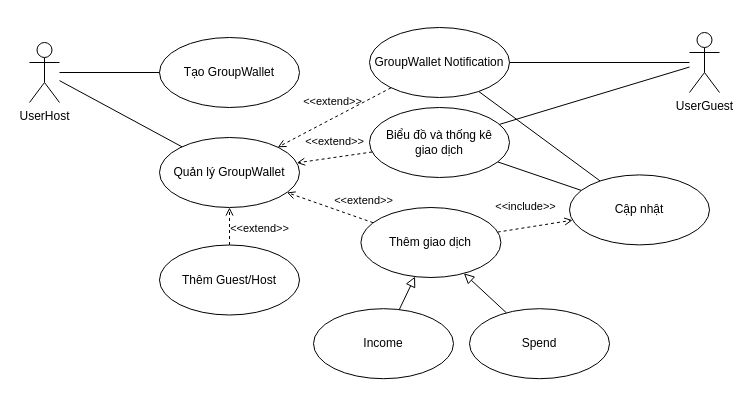
Above: design UML/GroupWalletManagement.drawio in vulm-neo01/financial-management (draw.io), before the change. Source tidied: cells renumbered, new cells numbered last; positions are measured from the earlier drawing's top-left corner, leaving out a move shared by most shapes. Both pictures are drawn from the tidied source at 100%, with x=0, y=0 at pixel (29, 27).
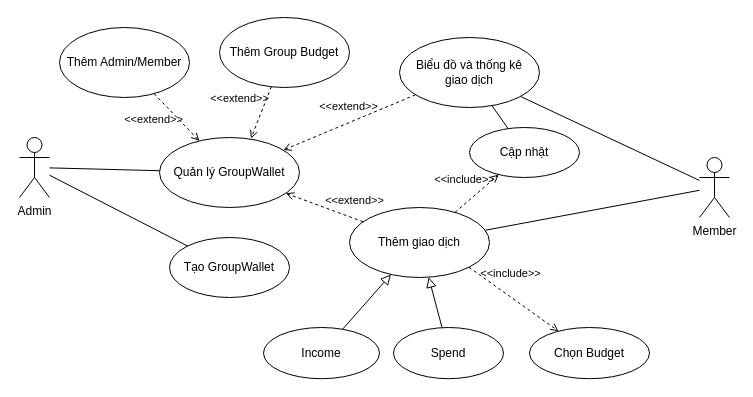
Above is the later version.

Unchanged cells that the change refers to:
```xml
<mxCell id="5" value="Quản lý GroupWallet" style="ellipse;whiteSpace=wrap;html=1;" parent="1" vertex="1">
  <mxGeometry x="130" y="110" width="140" height="70" as="geometry" />
</mxCell>
```

Diff of the diagram source:
```diff
@@
-    <mxCell id="2" value="UserHost" style="shape=umlActor;verticalLabelPosition=bottom;verticalAlign=top;html=1;outlineConnect=0;" parent="1" vertex="1">
-      <mxGeometry y="15" width="30" height="60" as="geometry" />
+    <mxCell id="2" value="Admin" style="shape=umlActor;verticalLabelPosition=bottom;verticalAlign=top;html=1;outlineConnect=0;" parent="1" vertex="1">
+      <mxGeometry x="-10" y="110" width="30" height="60" as="geometry" />
     </mxCell>
     <mxCell id="3" value="Tạo GroupWallet" style="ellipse;whiteSpace=wrap;html=1;" parent="1" vertex="1">
-      <mxGeometry x="130" y="10" width="140" height="70" as="geometry" />
+      <mxGeometry x="140" y="210" width="120" height="60" as="geometry" />
     </mxCell>
@@
-    <mxCell id="7" value="Thêm Guest/Host" style="ellipse;whiteSpace=wrap;html=1;" parent="1" vertex="1">
-      <mxGeometry x="130" y="217.5" width="140" height="70" as="geometry" />
+    <mxCell id="7" value="Thêm Admin/Member" style="ellipse;whiteSpace=wrap;html=1;" parent="1" vertex="1">
+      <mxGeometry x="30" width="130" height="70" as="geometry" />
     </mxCell>
     <mxCell id="8" value="&amp;lt;&amp;lt;extend&amp;gt;&amp;gt;" style="html=1;verticalAlign=bottom;labelBackgroundColor=none;endArrow=open;endFill=0;dashed=1;rounded=0;" parent="1" edge="1" source="7" target="5">
-      <mxGeometry x="-0.6" y="-30" relative="1" as="geometry" />
+      <mxGeometry x="-0.27" y="-25" relative="1" as="geometry">
+        <mxPoint x="1" as="offset" />
+      </mxGeometry>
     </mxCell>
     <mxCell id="9" value="Thêm giao dịch" style="ellipse;whiteSpace=wrap;html=1;" parent="1" vertex="1">
-      <mxGeometry x="331.4" y="180" width="140" height="70" as="geometry" />
+      <mxGeometry x="320" y="180" width="140" height="70" as="geometry" />
     </mxCell>
@@
     <mxCell id="11" value="Income" style="ellipse;whiteSpace=wrap;html=1;" parent="1" vertex="1">
-      <mxGeometry x="284" y="281.2" width="140" height="70" as="geometry" />
+      <mxGeometry x="234" y="300" width="116" height="51.2" as="geometry" />
     </mxCell>
@@
     <mxCell id="14" value="Spend" style="ellipse;whiteSpace=wrap;html=1;" parent="1" vertex="1">
-      <mxGeometry x="440" y="281.2" width="140" height="70" as="geometry" />
+      <mxGeometry x="364" y="300" width="110" height="51.2" as="geometry" />
     </mxCell>
@@
     <mxCell id="17" value="Biểu đồ và thống kê &lt;br&gt;giao dịch" style="ellipse;whiteSpace=wrap;html=1;" parent="1" vertex="1">
-      <mxGeometry x="340" y="80" width="140" height="70" as="geometry" />
+      <mxGeometry x="370" y="10" width="140" height="70" as="geometry" />
     </mxCell>
@@
-    <mxCell id="19" value="GroupWallet Notification" style="ellipse;whiteSpace=wrap;html=1;" parent="1" vertex="1">
-      <mxGeometry x="340" width="140" height="70" as="geometry" />
-    </mxCell>
-    <mxCell id="20" value="&amp;lt;&amp;lt;extend&amp;gt;&amp;gt;" style="html=1;verticalAlign=bottom;labelBackgroundColor=none;endArrow=open;endFill=0;dashed=1;rounded=0;" parent="1" edge="1" source="19" target="5">
-      <mxGeometry x="-0.02" y="-7" relative="1" as="geometry" />
-    </mxCell>
     <mxCell id="21" value="Cập nhật" style="ellipse;whiteSpace=wrap;html=1;" parent="1" vertex="1">
-      <mxGeometry x="540" y="147.4" width="140" height="70" as="geometry" />
+      <mxGeometry x="440" y="100" width="110" height="50" as="geometry" />
     </mxCell>
@@
-    <mxCell id="23" style="endArrow=none;html=1;rounded=0;" parent="1" edge="1" source="19" target="21">
-      <mxGeometry relative="1" as="geometry" />
-    </mxCell>
@@
-    <mxCell id="25" value="UserGuest" style="shape=umlActor;verticalLabelPosition=bottom;verticalAlign=top;html=1;outlineConnect=0;" parent="1" vertex="1">
-      <mxGeometry x="660" y="5" width="30" height="60" as="geometry" />
+    <mxCell id="25" value="Member" style="shape=umlActor;verticalLabelPosition=bottom;verticalAlign=top;html=1;outlineConnect=0;" parent="1" vertex="1">
+      <mxGeometry x="670" y="130" width="30" height="60" as="geometry" />
     </mxCell>
@@
-    <mxCell id="27" style="endArrow=none;html=1;rounded=0;" parent="1" edge="1" source="25" target="19">
-      <mxGeometry relative="1" as="geometry" />
-    </mxCell>
+    <mxCell id="28" style="endArrow=none;html=1;rounded=0;" parent="1" edge="1" source="25" target="9">
+      <mxGeometry relative="1" as="geometry" />
+    </mxCell>
+    <mxCell id="29" value="Thêm Group Budget" style="ellipse;whiteSpace=wrap;html=1;" parent="1" vertex="1">
+      <mxGeometry x="190" y="-10" width="130" height="70" as="geometry" />
+    </mxCell>
+    <mxCell id="20" value="&amp;lt;&amp;lt;extend&amp;gt;&amp;gt;" style="html=1;verticalAlign=bottom;labelBackgroundColor=none;endArrow=open;endFill=0;dashed=1;rounded=0;entryX=0.653;entryY=0.015;entryDx=0;entryDy=0;entryPerimeter=0;" parent="1" edge="1" source="29" target="5">
+      <mxGeometry x="0.11" y="-22" relative="1" as="geometry" />
+    </mxCell>
+    <mxCell id="30" value="Chọn Budget" style="ellipse;whiteSpace=wrap;html=1;" parent="1" vertex="1">
+      <mxGeometry x="500" y="300" width="120" height="51.2" as="geometry" />
+    </mxCell>
+    <mxCell id="31" value="&amp;lt;&amp;lt;include&amp;gt;&amp;gt;" style="html=1;verticalAlign=bottom;labelBackgroundColor=none;endArrow=open;endFill=0;dashed=1;rounded=0;exitX=1;exitY=1;exitDx=0;exitDy=0;" parent="1" edge="1" source="9" target="30">
+      <mxGeometry x="-0.21" y="12" relative="1" as="geometry" />
+    </mxCell>
```
